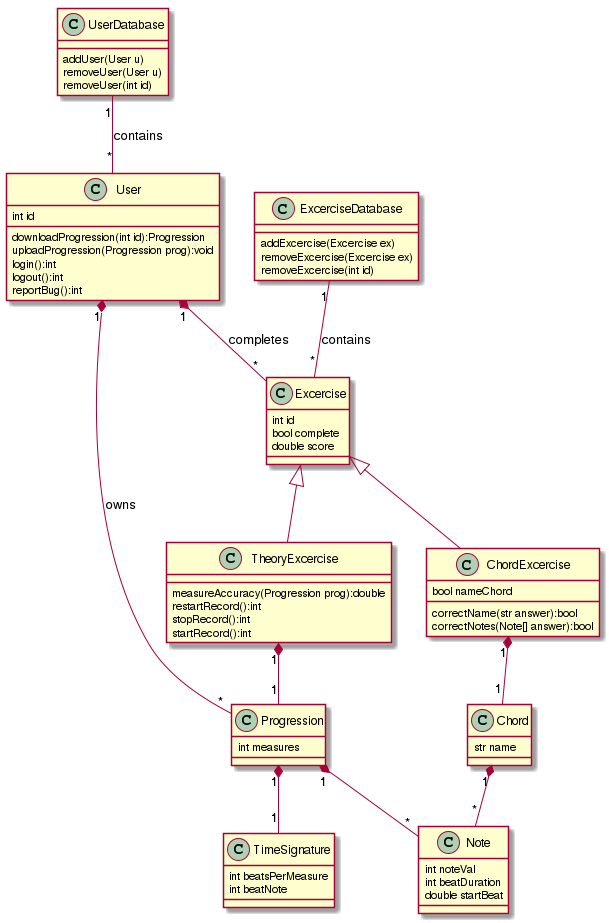
The PlantUML diagram docs/assets/uml/detailedDesign.png in devinchristianson/daj, before a commit.
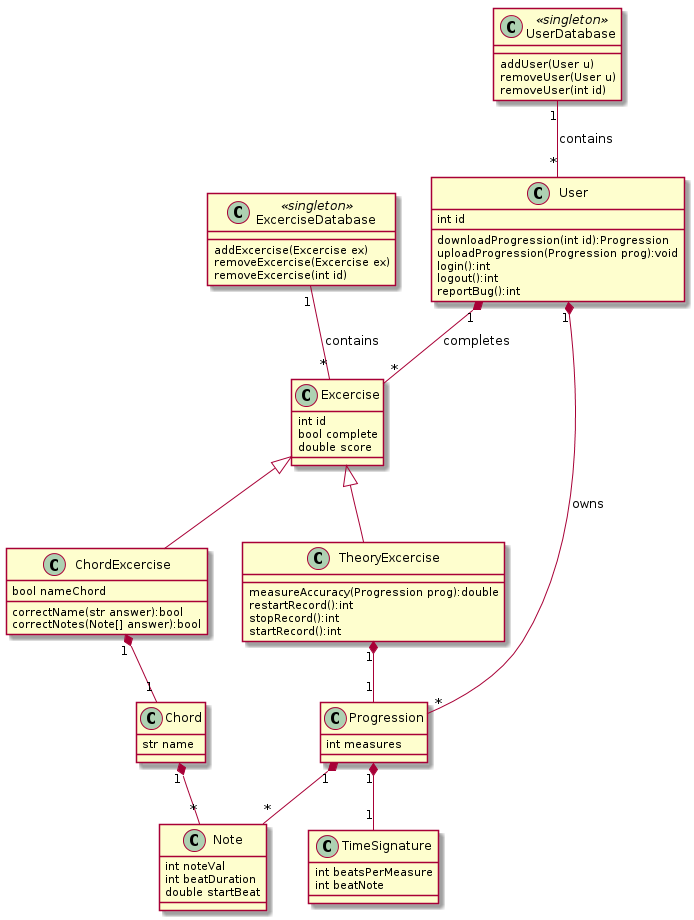
Above is the later version.

Commit message:
detailed design diagram updates

Diff of the diagram source:
```diff
@@ -1,4 +1,7 @@
 @startuml
+class ExcerciseDatabase <<singleton>>
+class UserDatabase <<singleton>>
+
 Progression "1" *-- "1" TimeSignature
 Progression "1" *-- "*" Note
 Chord "1" *-- "*" Note
```
